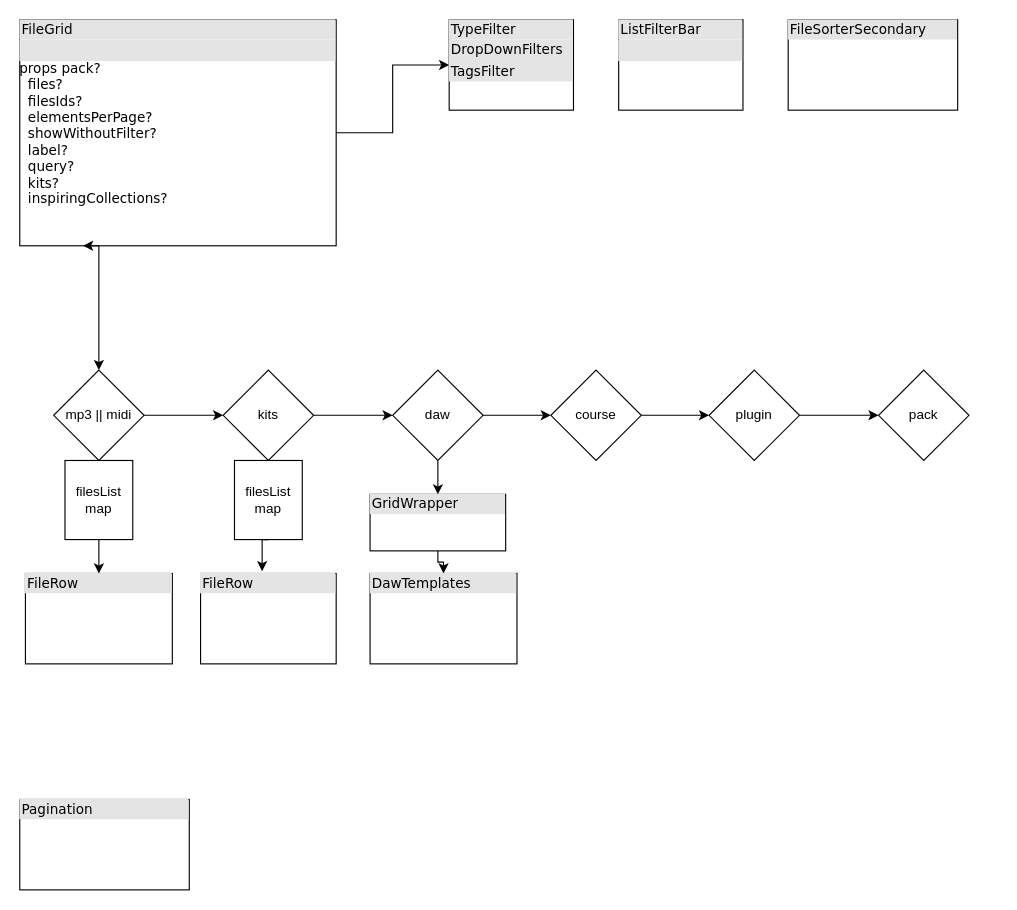
Earlier version of the draw.io diagram Unbenanntes Diagramm.drawio (EberhardSchneider/Larco). Source tidied: cells renumbered, new cells numbered last; positions are measured from the earlier drawing's top-left corner, leaving out a move shared by most shapes. Both pictures are drawn from the tidied source at 113%, with x=0, y=0 at pixel (19, 19).
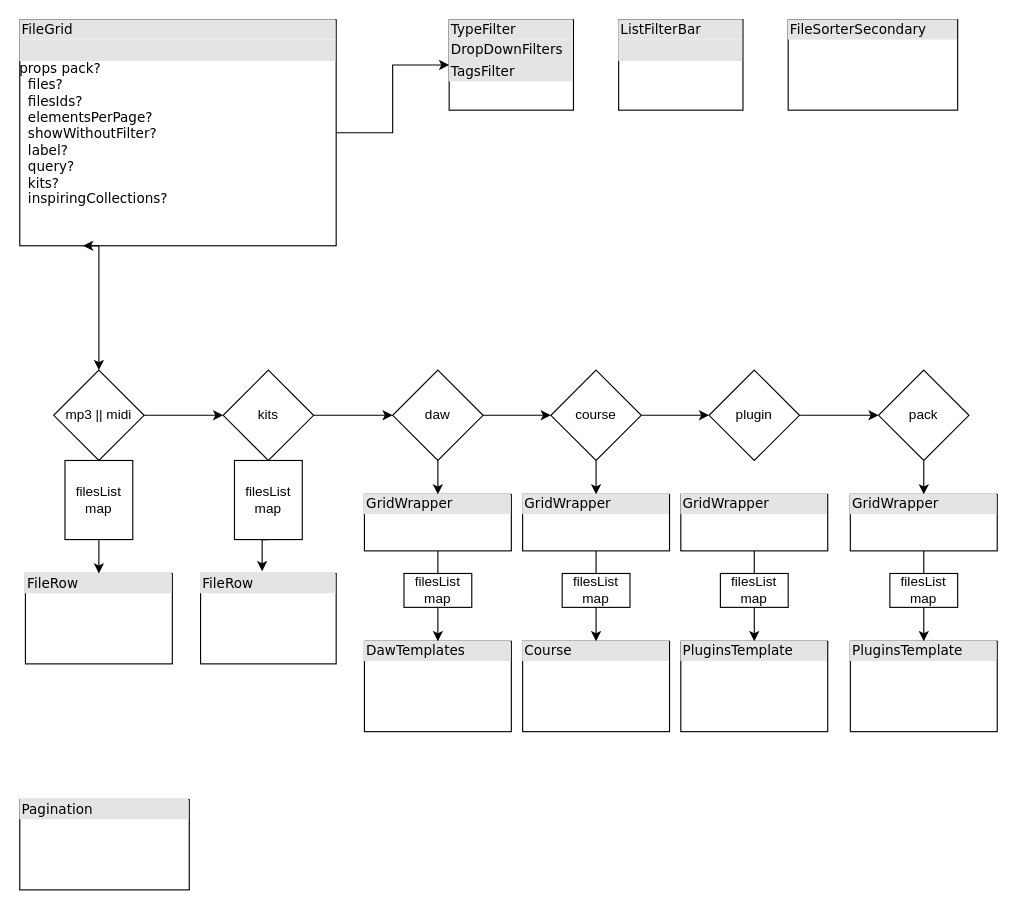
The same page after the edit.

Unchanged cells that the change refers to:
```xml
<mxCell id="16" value="course" style="rhombus;whiteSpace=wrap;html=1;sketch=0;" parent="1" vertex="1">
  <mxGeometry x="470" y="310" width="80" height="80" as="geometry" />
</mxCell>
<mxCell id="19" value="pack" style="rhombus;whiteSpace=wrap;html=1;sketch=0;" parent="1" vertex="1">
  <mxGeometry x="760" y="310" width="80" height="80" as="geometry" />
</mxCell>
```

The edit, as a diff of the source:
```diff
@@
+    <mxCell id="31" style="edgeStyle=orthogonalEdgeStyle;rounded=0;jettySize=auto;html=1;exitX=0.5;exitY=1;exitDx=0;exitDy=0;entryX=0.5;entryY=0;entryDx=0;entryDy=0;" parent="1" edge="1" source="16" target="34">
+      <mxGeometry relative="1" as="geometry" />
+    </mxCell>
@@
+    <mxCell id="32" style="edgeStyle=orthogonalEdgeStyle;rounded=0;jettySize=auto;html=1;exitX=0.5;exitY=1;exitDx=0;exitDy=0;entryX=0.5;entryY=0;entryDx=0;entryDy=0;" parent="1" edge="1" source="19" target="43">
+      <mxGeometry relative="1" as="geometry" />
+    </mxCell>
@@
-    <mxCell id="23" style="edgeStyle=orthogonalEdgeStyle;rounded=0;jettySize=auto;html=1;exitX=0.5;exitY=1;exitDx=0;exitDy=0;" parent="1" edge="1" source="24" target="30">
-      <mxGeometry relative="1" as="geometry">
-        <Array as="points">
-          <mxPoint x="370" y="480" />
-          <mxPoint x="375" y="480" />
-        </Array>
-      </mxGeometry>
+    <mxCell id="23" style="edgeStyle=orthogonalEdgeStyle;rounded=0;jettySize=auto;html=1;exitX=0.5;exitY=1;exitDx=0;exitDy=0;entryX=0.5;entryY=0;entryDx=0;entryDy=0;" parent="1" edge="1" source="24" target="30">
+      <mxGeometry relative="1" as="geometry" />
     </mxCell>
     <mxCell id="24" value="&lt;div style=&quot;box-sizing:border-box;width:100%;background:#e4e4e4;padding:2px;&quot;&gt;GridWrapper&lt;/div&gt;" style="verticalAlign=top;align=left;overflow=fill;html=1;rounded=0;shadow=0;comic=0;labelBackgroundColor=none;strokeWidth=1;fontFamily=Verdana;fontSize=12;labelPadding=0;perimeterSpacing=0;sketch=0;" parent="1" vertex="1">
-      <mxGeometry x="310" y="420" width="120" height="50" as="geometry" />
+      <mxGeometry x="305" y="420" width="130" height="50" as="geometry" />
     </mxCell>
@@
     <mxCell id="30" value="&lt;div style=&quot;box-sizing:border-box;width:100%;background:#e4e4e4;padding:2px;&quot;&gt;DawTemplates&lt;/div&gt;" style="verticalAlign=top;align=left;overflow=fill;html=1;rounded=0;shadow=0;comic=0;labelBackgroundColor=none;strokeWidth=1;fontFamily=Verdana;fontSize=12;labelPadding=0;perimeterSpacing=0;sketch=0;" parent="1" vertex="1">
-      <mxGeometry x="310" y="490" width="130" height="80" as="geometry" />
+      <mxGeometry x="305" y="550" width="130" height="80" as="geometry" />
     </mxCell>
+    <mxCell id="33" style="edgeStyle=orthogonalEdgeStyle;rounded=0;jettySize=auto;html=1;exitX=0.5;exitY=1;exitDx=0;exitDy=0;entryX=0.5;entryY=0;entryDx=0;entryDy=0;" parent="1" edge="1" source="34" target="35">
+      <mxGeometry relative="1" as="geometry" />
+    </mxCell>
+    <mxCell id="34" value="&lt;div style=&quot;box-sizing:border-box;width:100%;background:#e4e4e4;padding:2px;&quot;&gt;GridWrapper&lt;/div&gt;" style="verticalAlign=top;align=left;overflow=fill;html=1;rounded=0;shadow=0;comic=0;labelBackgroundColor=none;strokeWidth=1;fontFamily=Verdana;fontSize=12;labelPadding=0;perimeterSpacing=0;sketch=0;" parent="1" vertex="1">
+      <mxGeometry x="445" y="420" width="130" height="50" as="geometry" />
+    </mxCell>
+    <mxCell id="35" value="&lt;div style=&quot;box-sizing:border-box;width:100%;background:#e4e4e4;padding:2px;&quot;&gt;Course&lt;/div&gt;" style="verticalAlign=top;align=left;overflow=fill;html=1;rounded=0;shadow=0;comic=0;labelBackgroundColor=none;strokeWidth=1;fontFamily=Verdana;fontSize=12;labelPadding=0;perimeterSpacing=0;sketch=0;" parent="1" vertex="1">
+      <mxGeometry x="445" y="550" width="130" height="80" as="geometry" />
+    </mxCell>
+    <mxCell id="36" value="filesList&lt;br&gt;map" style="rounded=0;whiteSpace=wrap;html=1;sketch=0;direction=south;" parent="1" vertex="1">
+      <mxGeometry x="340" y="490" width="60" height="30" as="geometry" />
+    </mxCell>
+    <mxCell id="37" value="filesList&lt;br&gt;map" style="rounded=0;whiteSpace=wrap;html=1;sketch=0;direction=south;" parent="1" vertex="1">
+      <mxGeometry x="480" y="490" width="60" height="30" as="geometry" />
+    </mxCell>
+    <mxCell id="38" style="edgeStyle=orthogonalEdgeStyle;rounded=0;jettySize=auto;html=1;exitX=0.5;exitY=1;exitDx=0;exitDy=0;entryX=0.5;entryY=0;entryDx=0;entryDy=0;" parent="1" edge="1" source="39" target="40">
+      <mxGeometry relative="1" as="geometry" />
+    </mxCell>
+    <mxCell id="39" value="&lt;div style=&quot;box-sizing:border-box;width:100%;background:#e4e4e4;padding:2px;&quot;&gt;GridWrapper&lt;/div&gt;" style="verticalAlign=top;align=left;overflow=fill;html=1;rounded=0;shadow=0;comic=0;labelBackgroundColor=none;strokeWidth=1;fontFamily=Verdana;fontSize=12;labelPadding=0;perimeterSpacing=0;sketch=0;" parent="1" vertex="1">
+      <mxGeometry x="585" y="420" width="130" height="50" as="geometry" />
+    </mxCell>
+    <mxCell id="40" value="&lt;div style=&quot;box-sizing:border-box;width:100%;background:#e4e4e4;padding:2px;&quot;&gt;PluginsTemplate&lt;/div&gt;" style="verticalAlign=top;align=left;overflow=fill;html=1;rounded=0;shadow=0;comic=0;labelBackgroundColor=none;strokeWidth=1;fontFamily=Verdana;fontSize=12;labelPadding=0;perimeterSpacing=0;sketch=0;" parent="1" vertex="1">
+      <mxGeometry x="585" y="550" width="130" height="80" as="geometry" />
+    </mxCell>
+    <mxCell id="41" value="filesList&lt;br&gt;map" style="rounded=0;whiteSpace=wrap;html=1;sketch=0;direction=south;" parent="1" vertex="1">
+      <mxGeometry x="620" y="490" width="60" height="30" as="geometry" />
+    </mxCell>
+    <mxCell id="42" style="edgeStyle=orthogonalEdgeStyle;rounded=0;jettySize=auto;html=1;exitX=0.5;exitY=1;exitDx=0;exitDy=0;entryX=0.5;entryY=0;entryDx=0;entryDy=0;" parent="1" edge="1" source="43" target="44">
+      <mxGeometry relative="1" as="geometry" />
+    </mxCell>
+    <mxCell id="43" value="&lt;div style=&quot;box-sizing:border-box;width:100%;background:#e4e4e4;padding:2px;&quot;&gt;GridWrapper&lt;/div&gt;" style="verticalAlign=top;align=left;overflow=fill;html=1;rounded=0;shadow=0;comic=0;labelBackgroundColor=none;strokeWidth=1;fontFamily=Verdana;fontSize=12;labelPadding=0;perimeterSpacing=0;sketch=0;" parent="1" vertex="1">
+      <mxGeometry x="735" y="420" width="130" height="50" as="geometry" />
+    </mxCell>
+    <mxCell id="44" value="&lt;div style=&quot;box-sizing:border-box;width:100%;background:#e4e4e4;padding:2px;&quot;&gt;PluginsTemplate&lt;/div&gt;" style="verticalAlign=top;align=left;overflow=fill;html=1;rounded=0;shadow=0;comic=0;labelBackgroundColor=none;strokeWidth=1;fontFamily=Verdana;fontSize=12;labelPadding=0;perimeterSpacing=0;sketch=0;" parent="1" vertex="1">
+      <mxGeometry x="735" y="550" width="130" height="80" as="geometry" />
+    </mxCell>
+    <mxCell id="45" value="filesList&lt;br&gt;map" style="rounded=0;whiteSpace=wrap;html=1;sketch=0;direction=south;" parent="1" vertex="1">
+      <mxGeometry x="770" y="490" width="60" height="30" as="geometry" />
+    </mxCell>
```
